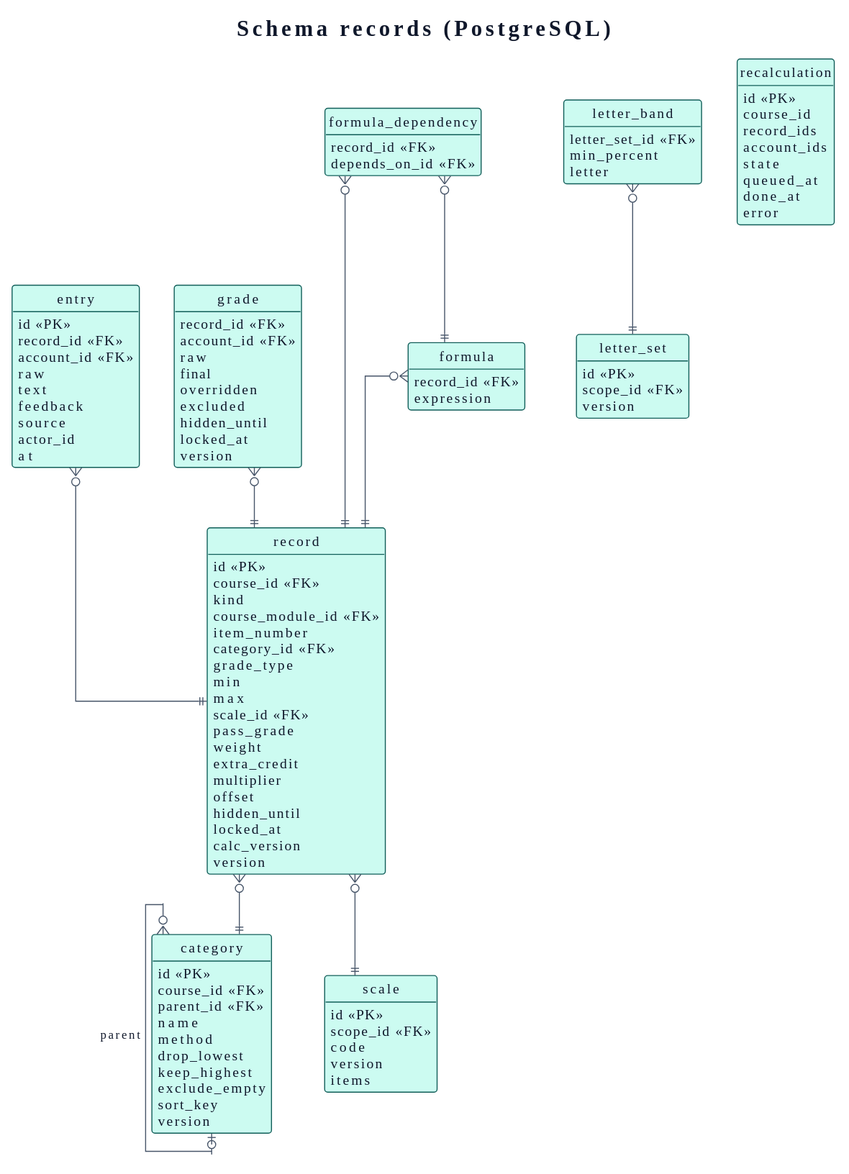
This is docs/03-design/data-model/records.svg from didactika/kampus, a PlantUML export, as it was before one commit.
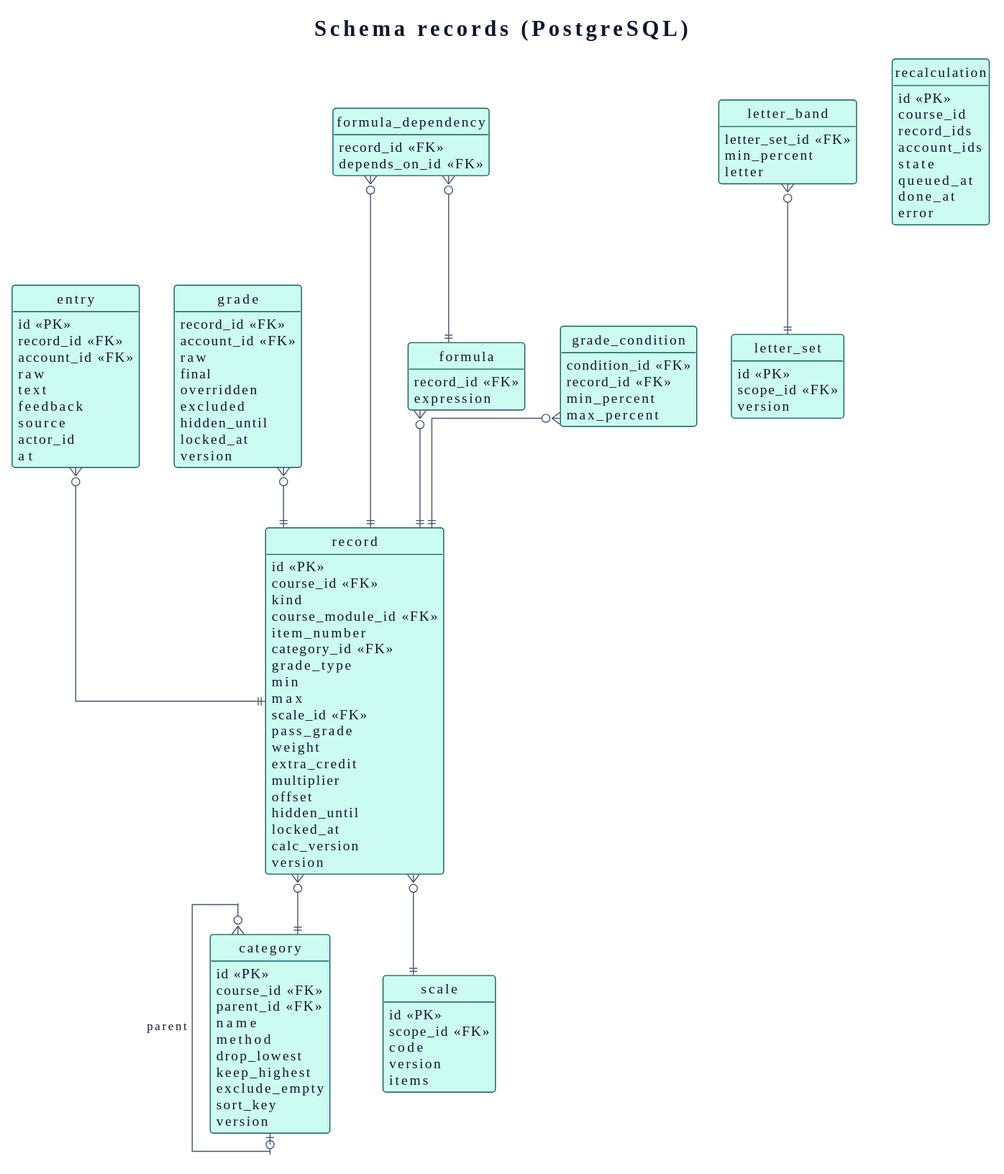
Above is the later version.

Change to the diagram source:
```diff
@@ -198,6 +198,12 @@
   done_at
   error
 }
+entity grade_condition {
+  condition_id <<FK>>
+  record_id <<FK>>
+  min_percent
+  max_percent
+}
 
 category }o--o| category : parent
 record }o--|| category
@@ -208,4 +214,5 @@
 formula }o--|| record
 formula_dependency }o--|| formula
 formula_dependency }o--|| record
+grade_condition }o--|| record
 @enduml
```
